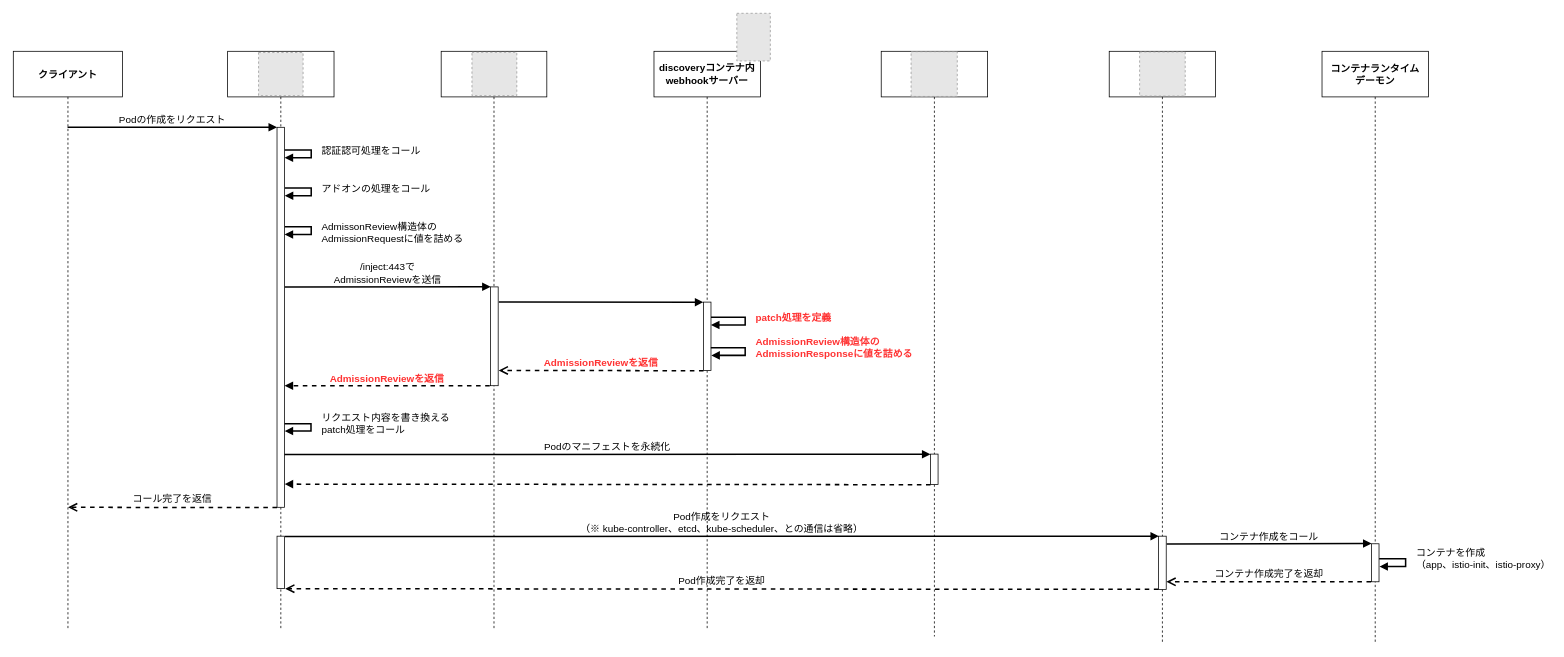
Before: page "Copy of istio_container-injection_flow" (6 of 6) of images/drawio/istio/service-mesh_layer.drawio in hiroki-it/tech-notebook_old, a draw.io diagram. Source tidied: cells renumbered, new cells numbered last; positions are measured from the earlier drawing's top-left corner, leaving out a move shared by most shapes. Both pictures are drawn from the tidied source at 76%, with x=0, y=0 at pixel (13, 13). Pictures stored in the file or linked from it are replaced by grey dashed boxes.
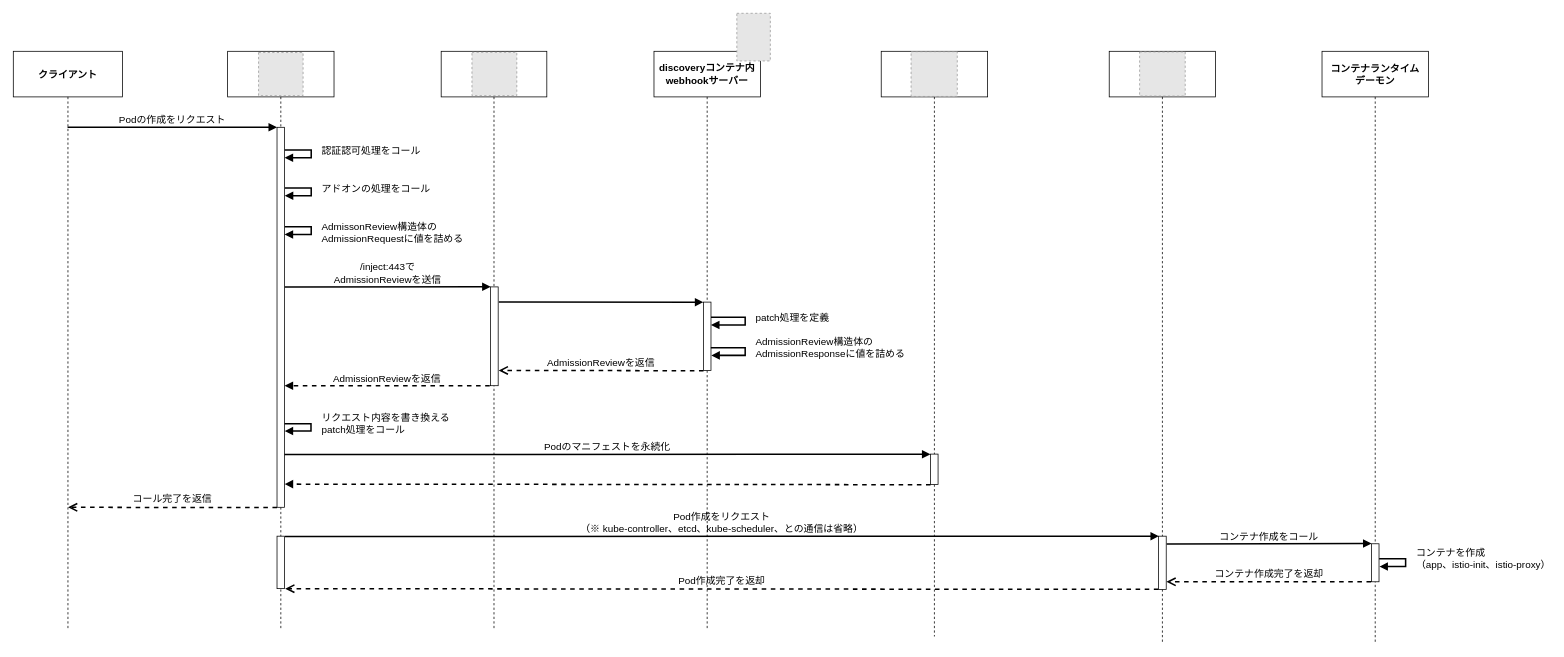
The same page after the edit.

The change refers to these unchanged cells:
```xml
<mxCell id="23" style="points=[];perimeter=orthogonalPerimeter;rounded=0;shadow=0;strokeWidth=1;labelBackgroundColor=none;fontSize=13;" parent="1" vertex="1">
  <mxGeometry x="628" y="360" width="10" height="130" as="geometry" />
</mxCell>
<mxCell id="24" style="points=[];perimeter=orthogonalPerimeter;rounded=0;shadow=0;strokeWidth=1;labelBackgroundColor=none;fontSize=13;" parent="1" vertex="1">
  <mxGeometry x="908" y="380" width="10" height="90" as="geometry" />
</mxCell>
```

What changed in the source:
```diff
@@
-    <mxCell id="15" value="&lt;b&gt;&lt;font color=&quot;#ff3333&quot;&gt;AdmissionReviewを返信&lt;/font&gt;&lt;/b&gt;" style="html=1;verticalAlign=bottom;endArrow=open;dashed=1;endSize=8;rounded=0;exitX=0.02;exitY=1.003;exitDx=0;exitDy=0;exitPerimeter=0;entryX=1.064;entryY=0.846;entryDx=0;entryDy=0;entryPerimeter=0;labelBackgroundColor=none;fontColor=default;fontSize=13;strokeWidth=2;" parent="1" edge="1" source="24" target="23">
+    <mxCell id="15" value="AdmissionReviewを返信" style="html=1;verticalAlign=bottom;endArrow=open;dashed=1;endSize=8;rounded=0;exitX=0.02;exitY=1.003;exitDx=0;exitDy=0;exitPerimeter=0;entryX=1.064;entryY=0.846;entryDx=0;entryDy=0;entryPerimeter=0;labelBackgroundColor=none;fontColor=default;fontSize=13;strokeWidth=2;" parent="1" edge="1" source="24" target="23">
       <mxGeometry relative="1" as="geometry" />
     </mxCell>
@@
-    <mxCell id="22" value="AdmissionReviewを返信" style="verticalAlign=bottom;endArrow=block;shadow=0;strokeWidth=2;exitX=-0.005;exitY=1;exitDx=0;exitDy=0;exitPerimeter=0;labelBackgroundColor=none;fontColor=#FF3333;fontSize=13;dashed=1;fontStyle=1;" parent="1" edge="1">
+    <mxCell id="22" value="AdmissionReviewを返信" style="verticalAlign=bottom;endArrow=block;shadow=0;strokeWidth=2;exitX=-0.005;exitY=1;exitDx=0;exitDy=0;exitPerimeter=0;labelBackgroundColor=none;fontColor=default;fontSize=13;dashed=1;" parent="1" edge="1">
       <mxGeometry relative="1" as="geometry">
         <mxPoint x="626.9" y="490" as="sourcePoint" />
         <mxPoint x="357" y="490" as="targetPoint" />
       </mxGeometry>
     </mxCell>
@@
-    <mxCell id="25" value="&lt;b&gt;&lt;font color=&quot;#ff3333&quot;&gt;AdmissionReview構造体の&lt;br style=&quot;font-size: 13px;&quot;&gt;AdmissionResponseに値を詰める&lt;/font&gt;&lt;/b&gt;" style="edgeStyle=orthogonalEdgeStyle;html=1;align=left;spacingLeft=2;endArrow=block;rounded=0;entryX=1.048;entryY=0.779;entryDx=0;entryDy=0;entryPerimeter=0;exitX=0.981;exitY=0.668;exitDx=0;exitDy=0;exitPerimeter=0;labelBackgroundColor=none;fontColor=default;fontSize=13;strokeWidth=2;" parent="1" edge="1" source="24" target="24">
+    <mxCell id="25" value="AdmissionReview構造体の&lt;br style=&quot;font-size: 13px;&quot;&gt;AdmissionResponseに値を詰める" style="edgeStyle=orthogonalEdgeStyle;html=1;align=left;spacingLeft=2;endArrow=block;rounded=0;entryX=1.048;entryY=0.779;entryDx=0;entryDy=0;entryPerimeter=0;exitX=0.981;exitY=0.668;exitDx=0;exitDy=0;exitPerimeter=0;labelBackgroundColor=none;fontColor=default;fontSize=13;strokeWidth=2;" parent="1" edge="1" source="24" target="24">
       <mxGeometry x="-0.09" y="10" relative="1" as="geometry">
         <Array as="points">
           <mxPoint x="963" y="440" />
           <mxPoint x="963" y="450" />
         </Array>
       </mxGeometry>
     </mxCell>
-    <mxCell id="26" value="&lt;b&gt;&lt;font color=&quot;#ff3333&quot;&gt;patch処理を定義&lt;/font&gt;&lt;/b&gt;" style="edgeStyle=orthogonalEdgeStyle;html=1;align=left;spacingLeft=2;endArrow=block;rounded=0;labelBackgroundColor=none;fontColor=default;fontSize=13;strokeWidth=2;" parent="1" edge="1" source="24">
+    <mxCell id="26" value="patch処理を定義" style="edgeStyle=orthogonalEdgeStyle;html=1;align=left;spacingLeft=2;endArrow=block;rounded=0;labelBackgroundColor=none;fontColor=default;fontSize=13;strokeWidth=2;" parent="1" edge="1" source="24">
       <mxGeometry x="-0.1" y="10" relative="1" as="geometry">
         <mxPoint x="918" y="410" as="targetPoint" />
         <Array as="points">
           <mxPoint x="963" y="400" />
           <mxPoint x="963" y="410" />
         </Array>
       </mxGeometry>
     </mxCell>
```
